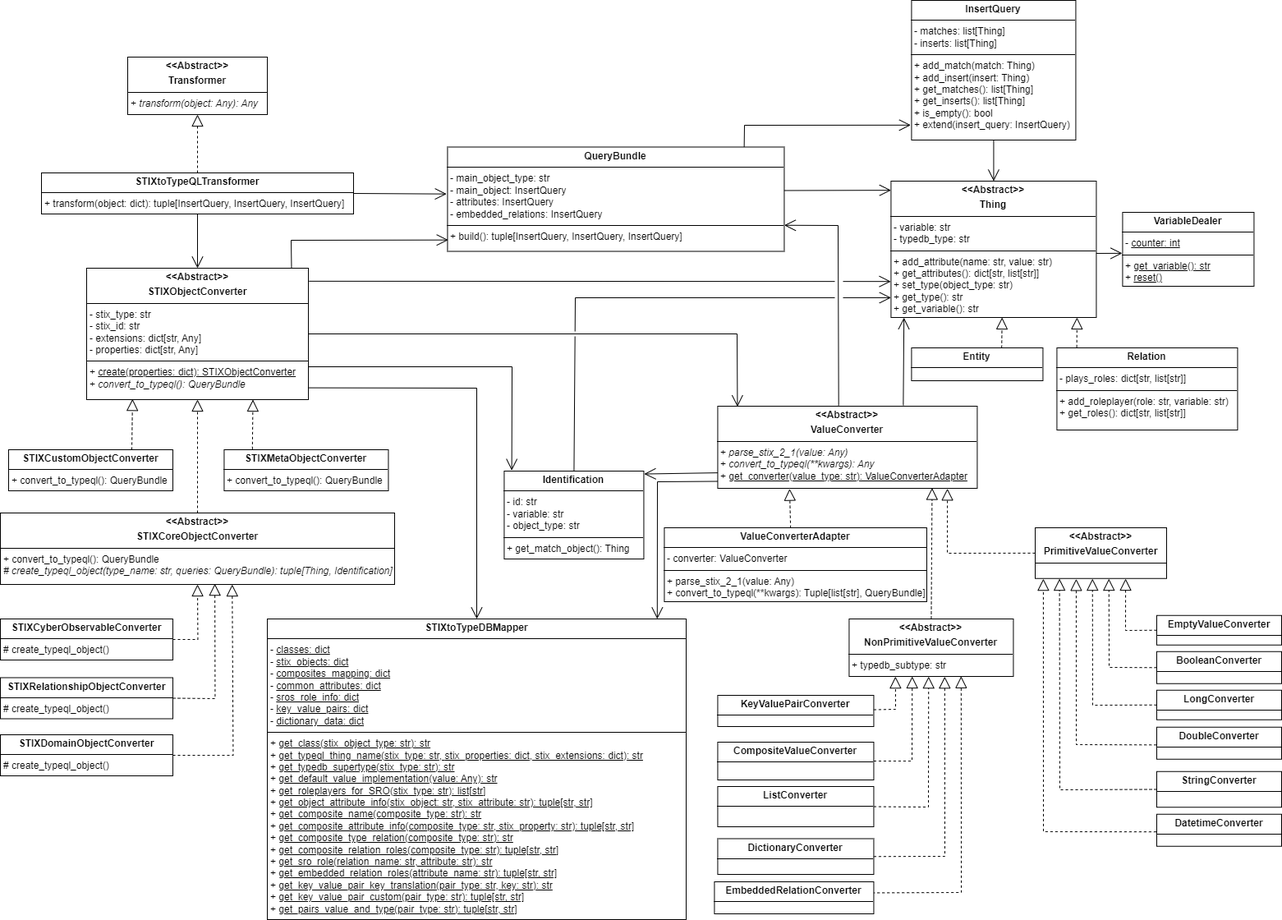
AbstractionsLab/satrap-dl keeps this draw.io diagram as docs/specs/SWD/assets/2C0A2E_DIA_Transformer-ClassDiagram.drawio.png. Above is the earlier version. Source tidied: cells renumbered, new cells last; positions are measured from the earlier drawing's top-left corner, leaving out a move shared by most shapes.
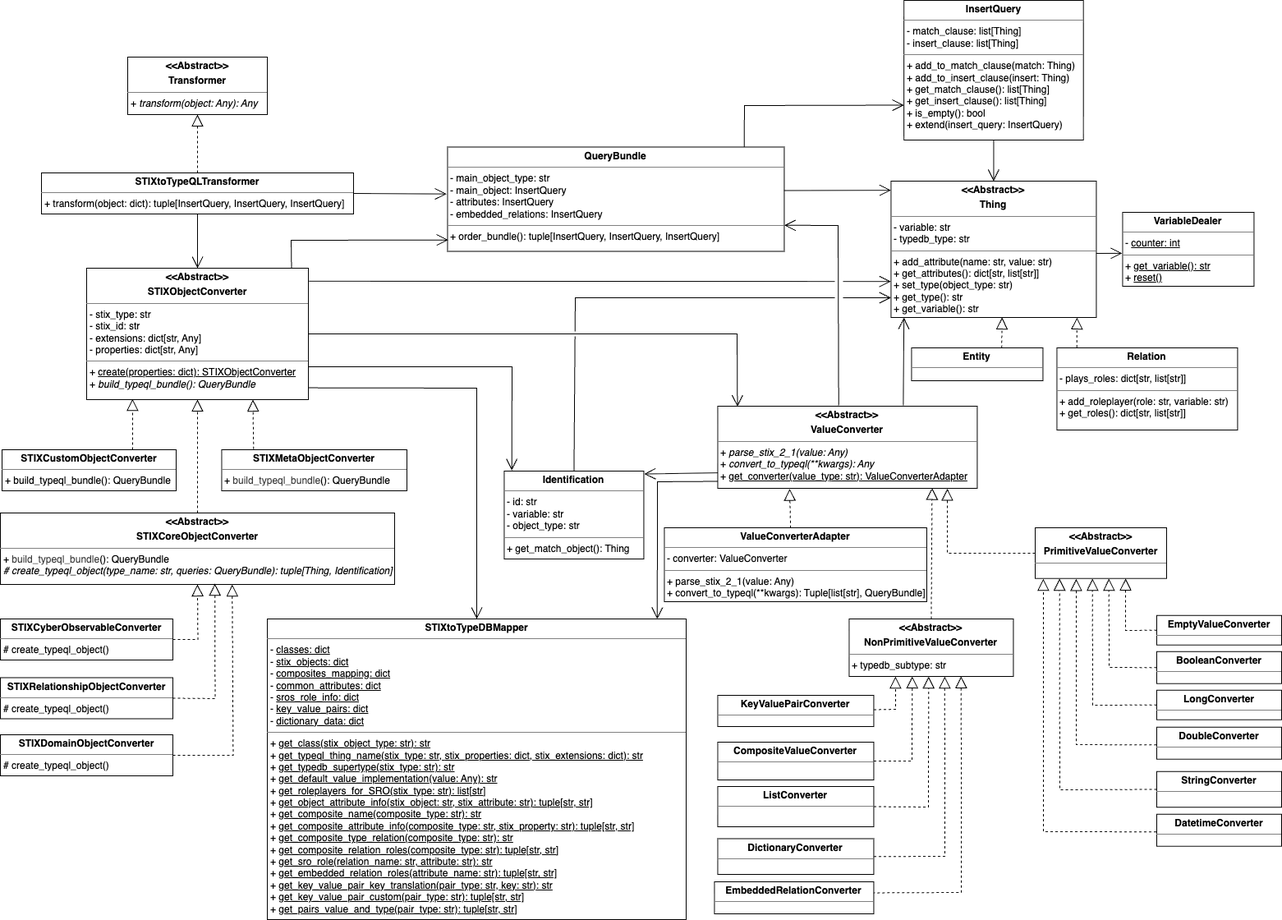
After the commit.

Change to the diagram source:
```diff
@@ -30,14 +30,14 @@
     <mxCell id="9" style="endArrow=block;dashed=1;endFill=0;endSize=12;html=1;rounded=0;entryX=0.5;entryY=1;entryDx=0;entryDy=0;exitX=0.5;exitY=0;exitDx=0;exitDy=0;" parent="1" edge="1" source="7" target="8">
       <mxGeometry relative="1" as="geometry" />
     </mxCell>
-    <mxCell id="10" value="&lt;p style=&quot;margin:0px;margin-top:4px;text-align:center;&quot;&gt;&lt;b&gt;&amp;lt;&amp;lt;Abstract&amp;gt;&amp;gt;&lt;/b&gt;&lt;/p&gt;&lt;p style=&quot;margin:0px;margin-top:4px;text-align:center;&quot;&gt;&lt;b&gt;STIXObjectConverter&lt;/b&gt;&lt;/p&gt;&lt;hr size=&quot;1&quot; style=&quot;border-style:solid;&quot;&gt;&lt;p style=&quot;margin:0px;margin-left:4px;&quot;&gt;- stix_type: str&lt;/p&gt;&lt;p style=&quot;margin:0px;margin-left:4px;&quot;&gt;- stix_id: str&lt;/p&gt;&lt;p style=&quot;margin:0px;margin-left:4px;&quot;&gt;- extensions: dict[str, Any]&lt;/p&gt;&lt;p style=&quot;margin:0px;margin-left:4px;&quot;&gt;- properties: dict[str, Any]&lt;/p&gt;&lt;hr size=&quot;1&quot; style=&quot;border-style:solid;&quot;&gt;&lt;p style=&quot;margin:0px;margin-left:4px;&quot;&gt;+ &lt;u&gt;create(properties: dict): STIXObjectConverter&lt;/u&gt;&lt;/p&gt;&lt;p style=&quot;margin:0px;margin-left:4px;&quot;&gt;+ &lt;i&gt;convert_to_typeql(): QueryBundle&lt;/i&gt;&lt;/p&gt;&lt;p style=&quot;margin:0px;margin-left:4px;&quot;&gt;&lt;br&gt;&lt;/p&gt;" style="verticalAlign=top;align=left;overflow=fill;html=1;whiteSpace=wrap;" parent="1" vertex="1">
+    <mxCell id="10" value="&lt;p style=&quot;margin:0px;margin-top:4px;text-align:center;&quot;&gt;&lt;b&gt;&amp;lt;&amp;lt;Abstract&amp;gt;&amp;gt;&lt;/b&gt;&lt;/p&gt;&lt;p style=&quot;margin:0px;margin-top:4px;text-align:center;&quot;&gt;&lt;b&gt;STIXObjectConverter&lt;/b&gt;&lt;/p&gt;&lt;hr size=&quot;1&quot; style=&quot;border-style:solid;&quot;&gt;&lt;p style=&quot;margin:0px;margin-left:4px;&quot;&gt;- stix_type: str&lt;/p&gt;&lt;p style=&quot;margin:0px;margin-left:4px;&quot;&gt;- stix_id: str&lt;/p&gt;&lt;p style=&quot;margin:0px;margin-left:4px;&quot;&gt;- extensions: dict[str, Any]&lt;/p&gt;&lt;p style=&quot;margin:0px;margin-left:4px;&quot;&gt;- properties: dict[str, Any]&lt;/p&gt;&lt;hr size=&quot;1&quot; style=&quot;border-style:solid;&quot;&gt;&lt;p style=&quot;margin:0px;margin-left:4px;&quot;&gt;+ &lt;u&gt;create(properties: dict): STIXObjectConverter&lt;/u&gt;&lt;/p&gt;&lt;p style=&quot;margin:0px;margin-left:4px;&quot;&gt;+ &lt;i&gt;build_typeql_bundle(): QueryBundle&lt;/i&gt;&lt;/p&gt;&lt;p style=&quot;margin:0px;margin-left:4px;&quot;&gt;&lt;br&gt;&lt;/p&gt;" style="verticalAlign=top;align=left;overflow=fill;html=1;whiteSpace=wrap;" parent="1" vertex="1">
       <mxGeometry x="105" y="326" width="270" height="160" as="geometry" />
     </mxCell>
-    <mxCell id="11" value="&lt;p style=&quot;margin:0px;margin-top:4px;text-align:center;&quot;&gt;&lt;b&gt;&amp;lt;&amp;lt;Abstract&amp;gt;&amp;gt;&lt;/b&gt;&lt;/p&gt;&lt;p style=&quot;margin:0px;margin-top:4px;text-align:center;&quot;&gt;&lt;b&gt;STIXCoreObjectConverter&lt;/b&gt;&lt;/p&gt;&lt;hr size=&quot;1&quot; style=&quot;border-style:solid;&quot;&gt;&lt;p style=&quot;margin:0px;margin-left:4px;&quot;&gt;&lt;/p&gt;&lt;p style=&quot;margin:0px;margin-left:4px;&quot;&gt;+ convert_to_typeql(): QueryBundle&lt;/p&gt;&lt;p style=&quot;margin:0px;margin-left:4px;&quot;&gt;&lt;i&gt;# create_typeql_object(type_name: str, queries: QueryBundle): tuple[Thing, Identification]&lt;/i&gt;&lt;/p&gt;" style="verticalAlign=top;align=left;overflow=fill;html=1;whiteSpace=wrap;" parent="1" vertex="1">
+    <mxCell id="11" value="&lt;p style=&quot;margin:0px;margin-top:4px;text-align:center;&quot;&gt;&lt;b&gt;&amp;lt;&amp;lt;Abstract&amp;gt;&amp;gt;&lt;/b&gt;&lt;/p&gt;&lt;p style=&quot;margin:0px;margin-top:4px;text-align:center;&quot;&gt;&lt;b&gt;STIXCoreObjectConverter&lt;/b&gt;&lt;/p&gt;&lt;hr size=&quot;1&quot; style=&quot;border-style:solid;&quot;&gt;&lt;p style=&quot;margin:0px;margin-left:4px;&quot;&gt;&lt;/p&gt;&lt;p style=&quot;margin:0px;margin-left:4px;&quot;&gt;+&lt;span style=&quot;color: rgb(63, 63, 63);&quot;&gt;&amp;nbsp;&lt;/span&gt;&lt;span style=&quot;color: rgb(63, 63, 63); scrollbar-color: rgb(226, 226, 226) rgb(251, 251, 251);&quot;&gt;build_typeql_bundle&lt;/span&gt;(): QueryBundle&lt;/p&gt;&lt;p style=&quot;margin:0px;margin-left:4px;&quot;&gt;&lt;i&gt;# create_typeql_object(type_name: str, queries: QueryBundle): tuple[Thing, Identification]&lt;/i&gt;&lt;/p&gt;" style="verticalAlign=top;align=left;overflow=fill;html=1;whiteSpace=wrap;" parent="1" vertex="1">
       <mxGeometry y="624" width="480" height="87" as="geometry" />
     </mxCell>
-    <mxCell id="12" value="&lt;p style=&quot;margin:0px;margin-top:4px;text-align:center;&quot;&gt;&lt;b&gt;STIXCustomObjectConverter&lt;/b&gt;&lt;/p&gt;&lt;hr size=&quot;1&quot; style=&quot;border-style:solid;&quot;&gt;&lt;p style=&quot;margin:0px;margin-left:4px;&quot;&gt;&lt;/p&gt;&lt;p style=&quot;margin:0px;margin-left:4px;&quot;&gt;+ convert_to_typeql(): QueryBundle&lt;/p&gt;" style="verticalAlign=top;align=left;overflow=fill;html=1;whiteSpace=wrap;" parent="1" vertex="1">
-      <mxGeometry x="10" y="547" width="200" height="50" as="geometry" />
+    <mxCell id="12" value="&lt;p style=&quot;margin:0px;margin-top:4px;text-align:center;&quot;&gt;&lt;b&gt;STIXCustomObjectConverter&lt;/b&gt;&lt;/p&gt;&lt;hr size=&quot;1&quot; style=&quot;border-style:solid;&quot;&gt;&lt;p style=&quot;margin:0px;margin-left:4px;&quot;&gt;&lt;/p&gt;&lt;p style=&quot;margin:0px;margin-left:4px;&quot;&gt;+ build_typeql_bundle(): QueryBundle&lt;/p&gt;" style="verticalAlign=top;align=left;overflow=fill;html=1;whiteSpace=wrap;" parent="1" vertex="1">
+      <mxGeometry x="2" y="547" width="212" height="50" as="geometry" />
     </mxCell>
     <mxCell id="13" value="&lt;p style=&quot;margin:0px;margin-top:4px;text-align:center;&quot;&gt;&lt;b&gt;STIXCyberObservableConverter&lt;/b&gt;&lt;/p&gt;&lt;hr size=&quot;1&quot; style=&quot;border-style:solid;&quot;&gt;&lt;p style=&quot;margin:0px;margin-left:4px;&quot;&gt;&lt;/p&gt;&lt;p style=&quot;margin:0px;margin-left:4px;&quot;&gt;# create_typeql_object()&lt;/p&gt;" style="verticalAlign=top;align=left;overflow=fill;html=1;whiteSpace=wrap;" parent="1" vertex="1">
       <mxGeometry y="753" width="210" height="50" as="geometry" />
@@ -48,8 +48,8 @@
     <mxCell id="15" value="&lt;p style=&quot;margin:0px;margin-top:4px;text-align:center;&quot;&gt;&lt;b&gt;STIXDomainObjectConverter&lt;/b&gt;&lt;/p&gt;&lt;hr size=&quot;1&quot; style=&quot;border-style:solid;&quot;&gt;&lt;p style=&quot;margin:0px;margin-left:4px;&quot;&gt;&lt;/p&gt;&lt;p style=&quot;margin:0px;margin-left:4px;&quot;&gt;# create_typeql_object()&lt;br&gt;&lt;/p&gt;" style="verticalAlign=top;align=left;overflow=fill;html=1;whiteSpace=wrap;" parent="1" vertex="1">
       <mxGeometry y="894" width="210" height="50" as="geometry" />
     </mxCell>
-    <mxCell id="16" value="&lt;p style=&quot;margin:0px;margin-top:4px;text-align:center;&quot;&gt;&lt;b&gt;STIXMetaObjectConverter&lt;/b&gt;&lt;/p&gt;&lt;hr size=&quot;1&quot; style=&quot;border-style:solid;&quot;&gt;&lt;p style=&quot;margin:0px;margin-left:4px;&quot;&gt;&lt;/p&gt;&lt;p style=&quot;margin:0px;margin-left:4px;&quot;&gt;+ convert_to_typeql(): QueryBundle&lt;br&gt;&lt;/p&gt;" style="verticalAlign=top;align=left;overflow=fill;html=1;whiteSpace=wrap;" parent="1" vertex="1">
-      <mxGeometry x="272.4" y="547" width="200" height="50" as="geometry" />
+    <mxCell id="16" value="&lt;p style=&quot;margin:0px;margin-top:4px;text-align:center;&quot;&gt;&lt;b&gt;STIXMetaObjectConverter&lt;/b&gt;&lt;/p&gt;&lt;hr size=&quot;1&quot; style=&quot;border-style:solid;&quot;&gt;&lt;p style=&quot;margin:0px;margin-left:4px;&quot;&gt;&lt;/p&gt;&lt;p style=&quot;margin:0px;margin-left:4px;&quot;&gt;+&amp;nbsp;&lt;span style=&quot;color: rgb(63, 63, 63);&quot;&gt;build_typeql_bundle&lt;/span&gt;(): QueryBundle&lt;br&gt;&lt;/p&gt;" style="verticalAlign=top;align=left;overflow=fill;html=1;whiteSpace=wrap;" parent="1" vertex="1">
+      <mxGeometry x="269.4" y="547" width="225.6" height="50" as="geometry" />
     </mxCell>
     <mxCell id="17" style="endArrow=open;endFill=1;endSize=12;html=1;rounded=0;entryX=0.5;entryY=0;entryDx=0;entryDy=0;exitX=0.5;exitY=1;exitDx=0;exitDy=0;" parent="1" edge="1" source="7" target="10">
       <mxGeometry relative="1" as="geometry" />
@@ -207,7 +207,7 @@
     <mxCell id="50" value="&lt;p style=&quot;margin:0px;margin-top:4px;text-align:center;&quot;&gt;&lt;b&gt;STIXtoTypeDBMapper&lt;/b&gt;&lt;/p&gt;&lt;hr size=&quot;1&quot; style=&quot;border-style:solid;&quot;&gt;&lt;p style=&quot;margin:0px;margin-left:4px;&quot;&gt;-&amp;nbsp;&lt;u&gt;classes: dict&lt;/u&gt;&lt;/p&gt;&lt;p style=&quot;margin:0px;margin-left:4px;&quot;&gt;-&amp;nbsp;&lt;u&gt;stix_objects: dict&lt;/u&gt;&lt;/p&gt;&lt;p style=&quot;margin:0px;margin-left:4px;&quot;&gt;-&amp;nbsp;&lt;u&gt;composites_mapping: dict&lt;/u&gt;&lt;/p&gt;&lt;p style=&quot;margin:0px;margin-left:4px;&quot;&gt;-&amp;nbsp;&lt;u&gt;common_attributes: dict&lt;/u&gt;&lt;/p&gt;&lt;p style=&quot;margin:0px;margin-left:4px;&quot;&gt;-&amp;nbsp;&lt;u&gt;sros_role_info: dict&lt;/u&gt;&lt;/p&gt;&lt;p style=&quot;margin:0px;margin-left:4px;&quot;&gt;-&amp;nbsp;&lt;u&gt;key_value_pairs: dict&lt;/u&gt;&lt;/p&gt;&lt;p style=&quot;margin:0px;margin-left:4px;&quot;&gt;-&amp;nbsp;&lt;u&gt;dictionary_data: dict&lt;/u&gt;&lt;/p&gt;&lt;hr size=&quot;1&quot; style=&quot;border-style:solid;&quot;&gt;&lt;p style=&quot;margin: 0px 0px 0px 4px;&quot;&gt;+&amp;nbsp;&lt;u&gt;get_class(stix_object_type: str): str&lt;/u&gt;&lt;/p&gt;&lt;p style=&quot;margin: 0px 0px 0px 4px;&quot;&gt;+&amp;nbsp;&lt;u&gt;get_typeql_thing_name(stix_type: str,&amp;nbsp;&lt;span style=&quot;background-color: initial;&quot;&gt;stix_properties: dict, stix_extensions: dict): str&lt;/span&gt;&lt;/u&gt;&lt;/p&gt;&lt;p style=&quot;margin: 0px 0px 0px 4px;&quot;&gt;+&amp;nbsp;&lt;u&gt;get_typedb_supertype(stix_type: str): str&lt;/u&gt;&lt;/p&gt;&lt;p style=&quot;margin: 0px 0px 0px 4px;&quot;&gt;+&amp;nbsp;&lt;u&gt;get_default_value_implementation(value: Any): str&lt;/u&gt;&lt;/p&gt;&lt;p style=&quot;margin: 0px 0px 0px 4px;&quot;&gt;+&amp;nbsp;&lt;u&gt;get_roleplayers_for_SRO(stix_type: str): list[str]&lt;/u&gt;&lt;/p&gt;&lt;p style=&quot;margin: 0px 0px 0px 4px;&quot;&gt;+&amp;nbsp;&lt;u&gt;get_object_attribute_info(stix_object: str, stix_attribute: str): tuple[str, str]&lt;/u&gt;&lt;/p&gt;&lt;p style=&quot;margin: 0px 0px 0px 4px;&quot;&gt;+&amp;nbsp;&lt;u&gt;get_composite_name(composite_type: str): str&lt;/u&gt;&lt;/p&gt;&lt;p style=&quot;margin: 0px 0px 0px 4px;&quot;&gt;+&amp;nbsp;&lt;u&gt;get_composite_attribute_info(composite_type: str, stix_property: str): tuple[str, str]&lt;/u&gt;&lt;/p&gt;&lt;p style=&quot;margin: 0px 0px 0px 4px;&quot;&gt;+&amp;nbsp;&lt;u&gt;get_composite_type_relation(composite_type: str): str&lt;/u&gt;&lt;/p&gt;&lt;p style=&quot;margin: 0px 0px 0px 4px;&quot;&gt;+&amp;nbsp;&lt;u&gt;get_composite_relation_roles(composite_type: str): tuple[str, str]&lt;/u&gt;&lt;/p&gt;&lt;p style=&quot;margin: 0px 0px 0px 4px;&quot;&gt;+&amp;nbsp;&lt;u&gt;get_sro_role(relation_name: str, attribute: str): str&lt;/u&gt;&lt;/p&gt;&lt;p style=&quot;margin: 0px 0px 0px 4px;&quot;&gt;+&amp;nbsp;&lt;u&gt;get_embedded_relation_roles(attribute_name: str): tuple[str, str]&lt;/u&gt;&lt;/p&gt;&lt;p style=&quot;margin: 0px 0px 0px 4px;&quot;&gt;+&amp;nbsp;&lt;u&gt;get_key_value_pair_key_translation(pair_type: str, key: str): str&lt;/u&gt;&lt;/p&gt;&lt;p style=&quot;margin: 0px 0px 0px 4px;&quot;&gt;+&amp;nbsp;&lt;u&gt;get_key_value_pair_custom(pair_type: str): tuple[str, str]&lt;/u&gt;&lt;/p&gt;&lt;p style=&quot;margin: 0px 0px 0px 4px;&quot;&gt;+&amp;nbsp;&lt;u&gt;get_pairs_value_and_type(pair_type: str): tuple[str, str]&lt;/u&gt;&lt;/p&gt;&lt;p style=&quot;margin: 0px 0px 0px 4px;&quot;&gt;&lt;br&gt;&lt;/p&gt;" style="verticalAlign=top;align=left;overflow=fill;html=1;whiteSpace=wrap;" parent="1" vertex="1">
       <mxGeometry x="325" y="753" width="510" height="366" as="geometry" />
     </mxCell>
-    <mxCell id="51" value="&lt;p style=&quot;margin:0px;margin-top:4px;text-align:center;&quot;&gt;&lt;b&gt;QueryBundle&lt;/b&gt;&lt;/p&gt;&lt;hr size=&quot;1&quot; style=&quot;border-style:solid;&quot;&gt;&lt;p style=&quot;margin:0px;margin-left:4px;&quot;&gt;- main_object_type: str&lt;/p&gt;&lt;p style=&quot;margin:0px;margin-left:4px;&quot;&gt;- main_object: InsertQuery&lt;/p&gt;&lt;p style=&quot;margin:0px;margin-left:4px;&quot;&gt;- attributes: InsertQuery&lt;/p&gt;&lt;p style=&quot;margin:0px;margin-left:4px;&quot;&gt;- embedded_relations: InsertQuery&lt;/p&gt;&lt;hr size=&quot;1&quot; style=&quot;border-style:solid;&quot;&gt;&lt;p style=&quot;margin:0px;margin-left:4px;&quot;&gt;&lt;span style=&quot;background-color: initial;&quot;&gt;+ build(): tuple[InsertQuery, InsertQuery, InsertQuery]&lt;/span&gt;&lt;br&gt;&lt;/p&gt;" style="verticalAlign=top;align=left;overflow=fill;html=1;whiteSpace=wrap;" parent="1" vertex="1">
+    <mxCell id="51" value="&lt;p style=&quot;margin:0px;margin-top:4px;text-align:center;&quot;&gt;&lt;b&gt;QueryBundle&lt;/b&gt;&lt;/p&gt;&lt;hr size=&quot;1&quot; style=&quot;border-style:solid;&quot;&gt;&lt;p style=&quot;margin:0px;margin-left:4px;&quot;&gt;- main_object_type: str&lt;/p&gt;&lt;p style=&quot;margin:0px;margin-left:4px;&quot;&gt;- main_object: InsertQuery&lt;/p&gt;&lt;p style=&quot;margin:0px;margin-left:4px;&quot;&gt;- attributes: InsertQuery&lt;/p&gt;&lt;p style=&quot;margin:0px;margin-left:4px;&quot;&gt;- embedded_relations: InsertQuery&lt;/p&gt;&lt;hr size=&quot;1&quot; style=&quot;border-style:solid;&quot;&gt;&lt;p style=&quot;margin:0px;margin-left:4px;&quot;&gt;&lt;span style=&quot;background-color: initial;&quot;&gt;+ order_bundle(): tuple[InsertQuery, InsertQuery, InsertQuery]&lt;/span&gt;&lt;br&gt;&lt;/p&gt;" style="verticalAlign=top;align=left;overflow=fill;html=1;whiteSpace=wrap;" parent="1" vertex="1">
       <mxGeometry x="544.4" y="178.5" width="410" height="127" as="geometry" />
     </mxCell>
     <mxCell id="52" value="&lt;p style=&quot;margin:0px;margin-top:4px;text-align:center;&quot;&gt;&lt;b&gt;Identification&lt;/b&gt;&lt;/p&gt;&lt;hr size=&quot;1&quot; style=&quot;border-style:solid;&quot;&gt;&lt;p style=&quot;margin:0px;margin-left:4px;&quot;&gt;- id: str&lt;/p&gt;&lt;p style=&quot;margin:0px;margin-left:4px;&quot;&gt;- variable: str&lt;/p&gt;&lt;p style=&quot;margin:0px;margin-left:4px;&quot;&gt;- object_type: str&lt;/p&gt;&lt;hr size=&quot;1&quot; style=&quot;border-style:solid;&quot;&gt;&lt;p style=&quot;margin:0px;margin-left:4px;&quot;&gt;&lt;span style=&quot;background-color: initial;&quot;&gt;+ get_match_object(): Thing&lt;/span&gt;&lt;br&gt;&lt;/p&gt;&lt;p style=&quot;margin:0px;margin-left:4px;&quot;&gt;&lt;br&gt;&lt;/p&gt;" style="verticalAlign=top;align=left;overflow=fill;html=1;whiteSpace=wrap;" parent="1" vertex="1">
@@ -231,8 +231,8 @@
     <mxCell id="58" style="endArrow=block;dashed=1;endFill=0;endSize=12;html=1;rounded=0;entryX=0.906;entryY=1;entryDx=0;entryDy=0;exitX=0.11;exitY=-0.006;exitDx=0;exitDy=0;exitPerimeter=0;entryPerimeter=0;" parent="1" edge="1" source="56" target="54">
       <mxGeometry relative="1" as="geometry" />
     </mxCell>
-    <mxCell id="59" value="&lt;p style=&quot;margin:0px;margin-top:4px;text-align:center;&quot;&gt;&lt;b&gt;InsertQuery&lt;/b&gt;&lt;/p&gt;&lt;hr size=&quot;1&quot; style=&quot;border-style:solid;&quot;&gt;&lt;p style=&quot;margin:0px;margin-left:4px;&quot;&gt;- matches: list[Thing]&lt;/p&gt;&lt;p style=&quot;margin:0px;margin-left:4px;&quot;&gt;- inserts: list[Thing]&lt;/p&gt;&lt;hr size=&quot;1&quot; style=&quot;border-style:solid;&quot;&gt;&lt;p style=&quot;margin:0px;margin-left:4px;&quot;&gt;+ add_match(match: Thing)&lt;/p&gt;&lt;p style=&quot;margin:0px;margin-left:4px;&quot;&gt;+ add_insert(insert: Thing)&lt;/p&gt;&lt;p style=&quot;margin:0px;margin-left:4px;&quot;&gt;+ get_matches(): list[Thing]&lt;/p&gt;&lt;p style=&quot;margin:0px;margin-left:4px;&quot;&gt;+ get_inserts(): list[Thing]&lt;/p&gt;&lt;p style=&quot;margin:0px;margin-left:4px;&quot;&gt;+ is_empty(): bool&lt;/p&gt;&lt;p style=&quot;margin:0px;margin-left:4px;&quot;&gt;+ extend(insert_query: InsertQuery)&lt;/p&gt;" style="verticalAlign=top;align=left;overflow=fill;html=1;whiteSpace=wrap;" parent="1" vertex="1">
-      <mxGeometry x="1109.4" width="200" height="170" as="geometry" />
+    <mxCell id="59" value="&lt;p style=&quot;margin:0px;margin-top:4px;text-align:center;&quot;&gt;&lt;b&gt;InsertQuery&lt;/b&gt;&lt;/p&gt;&lt;hr size=&quot;1&quot; style=&quot;border-style:solid;&quot;&gt;&lt;p style=&quot;margin:0px;margin-left:4px;&quot;&gt;- match_clause: list[Thing]&lt;/p&gt;&lt;p style=&quot;margin:0px;margin-left:4px;&quot;&gt;- insert_clause: list[Thing]&lt;/p&gt;&lt;hr size=&quot;1&quot; style=&quot;border-style:solid;&quot;&gt;&lt;p style=&quot;margin:0px;margin-left:4px;&quot;&gt;+ add_to_match_clause(match: Thing)&lt;/p&gt;&lt;p style=&quot;margin:0px;margin-left:4px;&quot;&gt;+ add_to_insert_clause(insert: Thing)&lt;/p&gt;&lt;p style=&quot;margin:0px;margin-left:4px;&quot;&gt;+ get_match_clause(): list[Thing]&lt;/p&gt;&lt;p style=&quot;margin:0px;margin-left:4px;&quot;&gt;+ get_insert_clause(): list[Thing]&lt;/p&gt;&lt;p style=&quot;margin:0px;margin-left:4px;&quot;&gt;+ is_empty(): bool&lt;/p&gt;&lt;p style=&quot;margin:0px;margin-left:4px;&quot;&gt;+ extend(insert_query: InsertQuery)&lt;/p&gt;" style="verticalAlign=top;align=left;overflow=fill;html=1;whiteSpace=wrap;" parent="1" vertex="1">
+      <mxGeometry x="1100.2" width="218.6" height="170" as="geometry" />
     </mxCell>
     <mxCell id="60" style="endArrow=block;dashed=1;endFill=0;endSize=12;html=1;rounded=0;exitX=1;exitY=0.5;exitDx=0;exitDy=0;entryX=0.5;entryY=1;entryDx=0;entryDy=0;" parent="1" edge="1" source="13" target="11">
       <mxGeometry relative="1" as="geometry">
@@ -302,10 +302,10 @@
     <mxCell id="71" style="endArrow=open;endFill=1;endSize=12;html=1;rounded=0;exitX=0.5;exitY=1;exitDx=0;exitDy=0;entryX=0.5;entryY=0;entryDx=0;entryDy=0;" parent="1" edge="1" source="59" target="54">
       <mxGeometry relative="1" as="geometry" />
     </mxCell>
-    <mxCell id="72" style="endArrow=open;endFill=1;endSize=12;html=1;rounded=0;exitX=0.881;exitY=0;exitDx=0;exitDy=0;exitPerimeter=0;entryX=-0.005;entryY=0.893;entryDx=0;entryDy=0;entryPerimeter=0;" parent="1" edge="1" source="51" target="59">
+    <mxCell id="72" style="endArrow=open;endFill=1;endSize=12;html=1;rounded=0;exitX=0.881;exitY=0;exitDx=0;exitDy=0;exitPerimeter=0;entryX=0;entryY=0.75;entryDx=0;entryDy=0;" parent="1" edge="1" source="51" target="59">
       <mxGeometry relative="1" as="geometry">
         <Array as="points">
-          <mxPoint x="906" y="152" />
+          <mxPoint x="906" y="128" />
         </Array>
       </mxGeometry>
     </mxCell>
```
